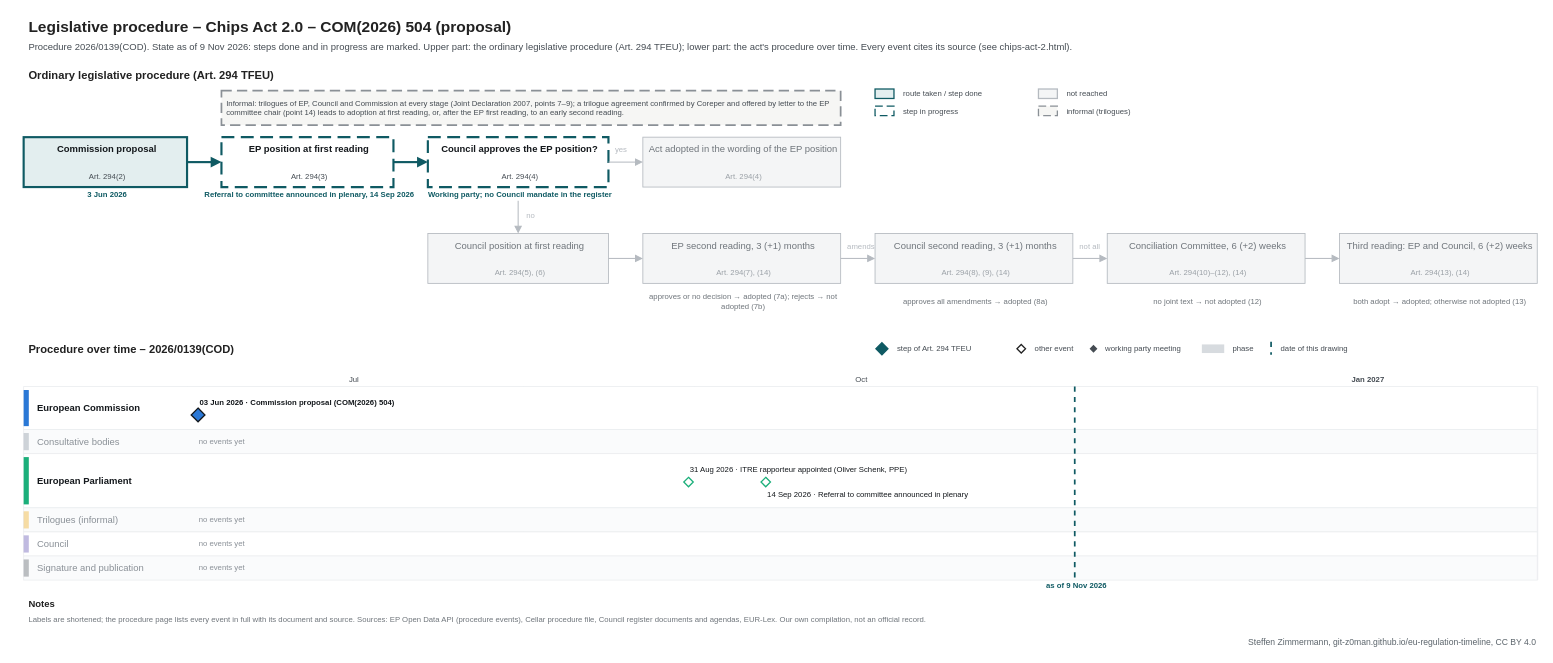
The draw.io diagram procedures/chips-act-2.drawio in git-z0man/eu-regulation-timeline, before the edit. Source tidied: cells renumbered, new cells numbered last; positions are measured from the earlier drawing's top-left corner, leaving out a move shared by most shapes. Both pictures are drawn from the tidied source at 86%, with x=0, y=0 at pixel (15, 15).
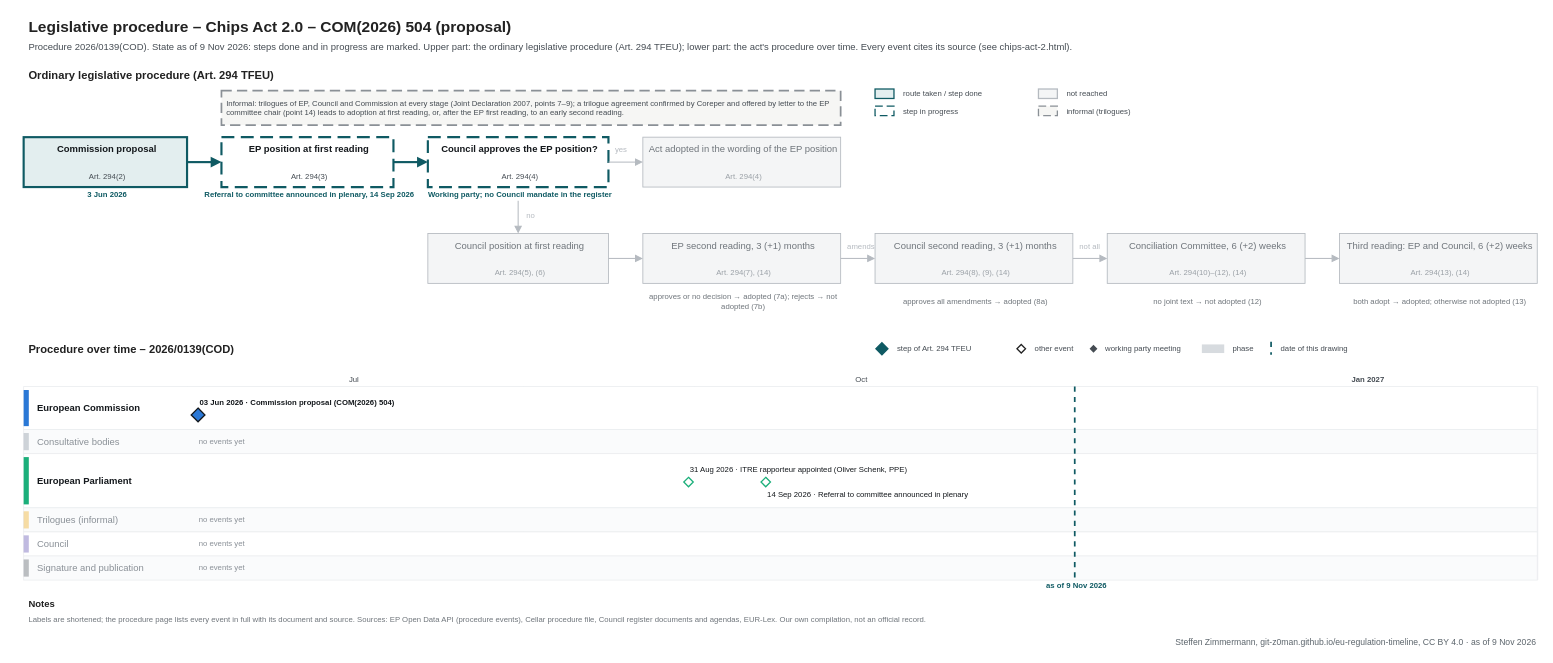
The same page after the edit.

The edit, as a diff of the source:
```diff
@@
-    <mxCell id="116" value="Steffen Zimmermann, git-z0man.github.io/eu-regulation-timeline, CC BY 4.0" style="text;html=1;fontSize=10;fontColor=#5b646b;align=right;verticalAlign=middle;spacingLeft=4;" parent="1" vertex="1">
+    <mxCell id="116" value="Steffen Zimmermann, git-z0man.github.io/eu-regulation-timeline, CC BY 4.0 · as of 9 Nov 2026" style="text;html=1;fontSize=10;fontColor=#5b646b;align=right;verticalAlign=middle;spacingLeft=4;" parent="1" vertex="1">
       <mxGeometry x="10" y="721" width="1760" height="16" as="geometry" />
     </mxCell>
```
